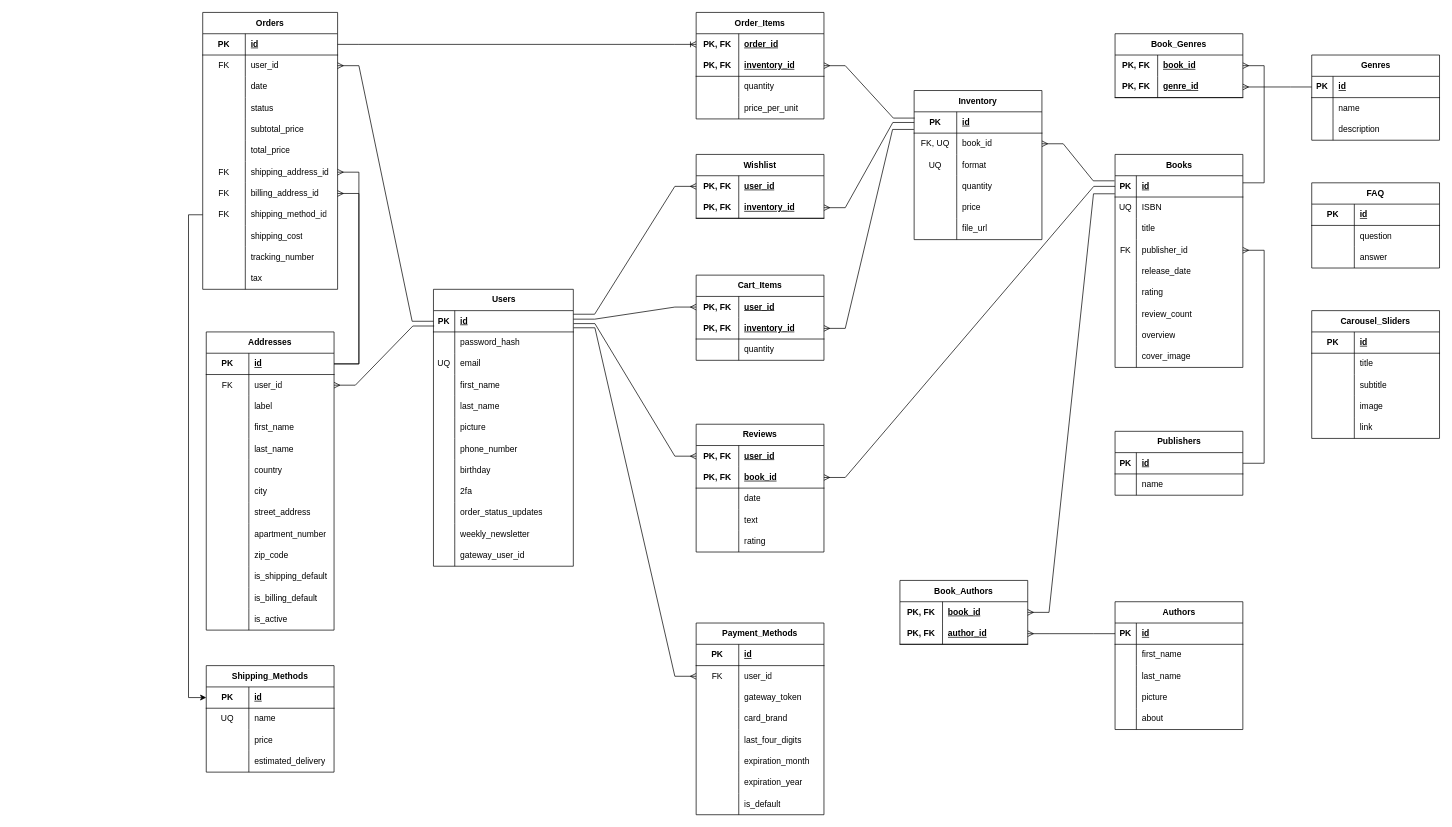
Before: ERD.drawio in ShayTam/Bookstore, a draw.io diagram. Source tidied: cells renumbered, new cells numbered last; positions are measured from the earlier drawing's top-left corner, leaving out a move shared by most shapes. Both pictures are drawn from the tidied source at 71%, with x=0, y=0 at pixel (202, 12).
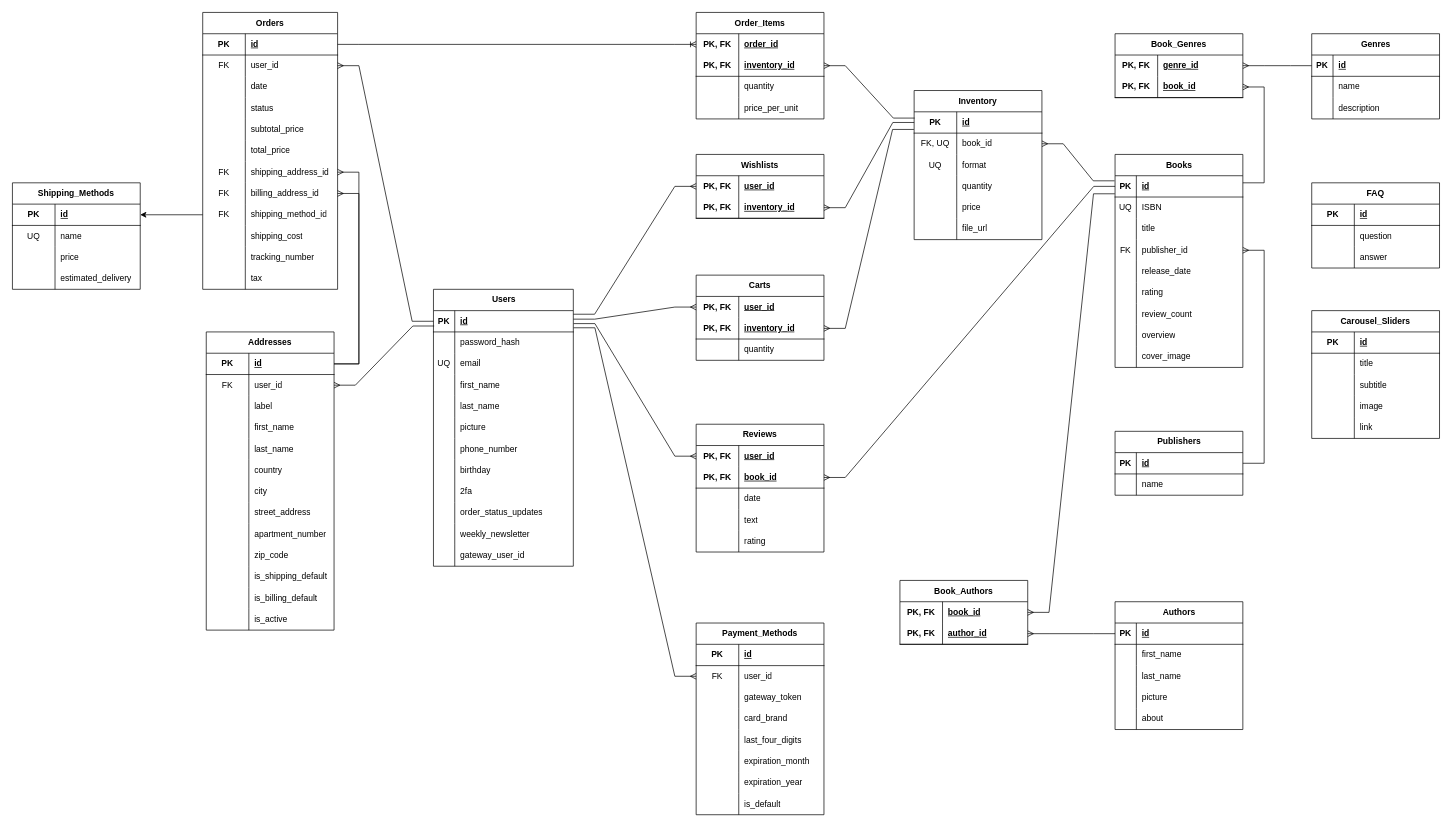
Above is the later version.

Unchanged cells that the change refers to:
```xml
<mxCell id="40" style="shape=tableRow;horizontal=0;startSize=0;swimlaneHead=0;swimlaneBody=0;fillColor=none;points=[[0,0.5],[1,0.5]];portConstraint=eastwest;top=0;left=0;right=0;bottom=1;" parent="39" vertex="1">
  <mxGeometry y="30" width="180" height="30" as="geometry" />
</mxCell>
<mxCell id="150" style="shape=tableRow;horizontal=0;startSize=0;swimlaneHead=0;swimlaneBody=0;fillColor=none;points=[[0,0.5],[1,0.5]];portConstraint=eastwest;top=0;left=0;right=0;bottom=0;html=1;" parent="125" vertex="1">
  <mxGeometry y="270" width="190" height="30" as="geometry" />
</mxCell>
<mxCell id="183" style="shape=tableRow;horizontal=0;startSize=0;swimlaneHead=0;swimlaneBody=0;fillColor=none;points=[[0,0.5],[1,0.5]];portConstraint=eastwest;top=0;left=0;right=0;bottom=0;html=1;" parent="182" vertex="1">
  <mxGeometry y="30" width="180" height="30" as="geometry" />
</mxCell>
<mxCell id="186" style="shape=tableRow;horizontal=0;startSize=0;swimlaneHead=0;swimlaneBody=0;fillColor=none;points=[[0,0.5],[1,0.5]];portConstraint=eastwest;top=0;left=0;right=0;bottom=1;html=1;" parent="182" vertex="1">
  <mxGeometry y="60" width="180" height="30" as="geometry" />
</mxCell>
<mxCell id="240" style="shape=tableRow;horizontal=0;startSize=0;swimlaneHead=0;swimlaneBody=0;fillColor=none;points=[[0,0.5],[1,0.5]];portConstraint=eastwest;top=0;left=0;right=0;bottom=1;" parent="239" vertex="1">
  <mxGeometry y="30" width="180" height="30" as="geometry" />
</mxCell>
<mxCell id="286" style="shape=tableRow;horizontal=0;startSize=0;swimlaneHead=0;swimlaneBody=0;fillColor=none;points=[[0,0.5],[1,0.5]];portConstraint=eastwest;top=0;left=0;right=0;bottom=1;html=1;" parent="285" vertex="1">
  <mxGeometry y="30" width="180" height="30" as="geometry" />
</mxCell>
```

The edit, as a diff of the source:
```diff
@@
-    <mxCell id="162" value="Wishlist" style="shape=table;startSize=30;childLayout=tableLayout;rowLines=0;fontStyle=1;align=center;html=1;whiteSpace=wrap;" parent="1" vertex="1">
+    <mxCell id="162" value="Wishlists" style="shape=table;startSize=30;childLayout=tableLayout;rowLines=0;fontStyle=1;align=center;html=1;whiteSpace=wrap;" parent="1" vertex="1">
       <mxGeometry x="695" y="200" width="180" height="90" as="geometry" />
     </mxCell>
@@
-    <mxCell id="185" value="book_id" style="shape=partialRectangle;fillColor=none;top=0;left=0;bottom=0;right=0;align=left;spacingLeft=6;fontStyle=5;overflow=hidden;html=1;whiteSpace=wrap;" parent="183" vertex="1">
+    <mxCell id="185" value="genre_id" style="shape=partialRectangle;fillColor=none;top=0;left=0;bottom=0;right=0;align=left;spacingLeft=6;fontStyle=5;overflow=hidden;html=1;whiteSpace=wrap;" parent="183" vertex="1">
       <mxGeometry x="60" width="120" height="30" as="geometry" />
     </mxCell>
@@
-    <mxCell id="188" value="genre_id" style="shape=partialRectangle;fillColor=none;top=0;left=0;bottom=0;right=0;align=left;spacingLeft=6;fontStyle=5;overflow=hidden;html=1;whiteSpace=wrap;" parent="186" vertex="1">
+    <mxCell id="188" value="book_id" style="shape=partialRectangle;fillColor=none;top=0;left=0;bottom=0;right=0;align=left;spacingLeft=6;fontStyle=5;overflow=hidden;html=1;whiteSpace=wrap;" parent="186" vertex="1">
       <mxGeometry x="60" width="120" height="30" as="geometry" />
     </mxCell>
@@
-    <mxCell id="232" style="edgeStyle=entityRelationEdgeStyle;fontSize=12;html=1;endArrow=none;rounded=0;entryX=1;entryY=0.333;entryDx=0;entryDy=0;endFill=0;startArrow=ERmany;startFill=0;entryPerimeter=0;" parent="1" edge="1" source="183" target="40">
+    <mxCell id="232" style="edgeStyle=entityRelationEdgeStyle;fontSize=12;html=1;endArrow=none;rounded=0;entryX=1;entryY=0.333;entryDx=0;entryDy=0;endFill=0;startArrow=ERmany;startFill=0;entryPerimeter=0;" parent="1" edge="1" source="186" target="40">
       <mxGeometry relative="1" as="geometry" />
     </mxCell>
@@
     <mxCell id="239" value="Genres" style="shape=table;startSize=30;childLayout=tableLayout;rowLines=0;fontStyle=1;align=center;html=1;" parent="1" vertex="1">
-      <mxGeometry x="1562" y="60" width="180" height="120" as="geometry" />
+      <mxGeometry x="1562" y="30" width="180" height="120" as="geometry" />
     </mxCell>
@@
-    <mxCell id="249" style="edgeStyle=entityRelationEdgeStyle;fontSize=12;html=1;endArrow=ERmany;rounded=0;endFill=0;startArrow=none;startFill=0;" parent="1" edge="1" source="240" target="186">
+    <mxCell id="249" style="edgeStyle=entityRelationEdgeStyle;fontSize=12;html=1;endArrow=ERmany;rounded=0;endFill=0;startArrow=none;startFill=0;" parent="1" edge="1" source="240" target="183">
       <mxGeometry relative="1" as="geometry" />
     </mxCell>
@@
     <mxCell id="285" value="Shipping_Methods" style="shape=table;startSize=30;childLayout=tableLayout;rowLines=0;fontStyle=1;align=center;html=1;whiteSpace=wrap;" parent="1" vertex="1">
-      <mxGeometry x="5" y="920" width="180" height="150" as="geometry" />
+      <mxGeometry x="-268" y="240" width="180" height="150" as="geometry" />
     </mxCell>
@@
-    <mxCell id="324" value="&lt;span style=&quot;white-space: nowrap;&quot;&gt;Cart_Items&lt;/span&gt;" style="shape=table;startSize=30;childLayout=tableLayout;rowLines=0;fontStyle=1;align=center;html=1;whiteSpace=wrap;" parent="1" vertex="1">
+    <mxCell id="324" value="&lt;span style=&quot;white-space: nowrap;&quot;&gt;Carts&lt;/span&gt;" style="shape=table;startSize=30;childLayout=tableLayout;rowLines=0;fontStyle=1;align=center;html=1;whiteSpace=wrap;" parent="1" vertex="1">
       <mxGeometry x="695" y="370" width="180" height="120" as="geometry" />
     </mxCell>
@@
-    <mxCell id="338" style="edgeStyle=orthogonalEdgeStyle;rounded=0;jettySize=auto;html=1;exitX=0;exitY=0.5;exitDx=0;exitDy=0;entryX=0;entryY=0.5;entryDx=0;entryDy=0;" parent="1" edge="1" source="150" target="286">
+    <mxCell id="338" style="edgeStyle=orthogonalEdgeStyle;rounded=0;jettySize=auto;html=1;exitX=0;exitY=0.5;exitDx=0;exitDy=0;" parent="1" edge="1" source="150" target="286">
       <mxGeometry relative="1" as="geometry" />
     </mxCell>
```
